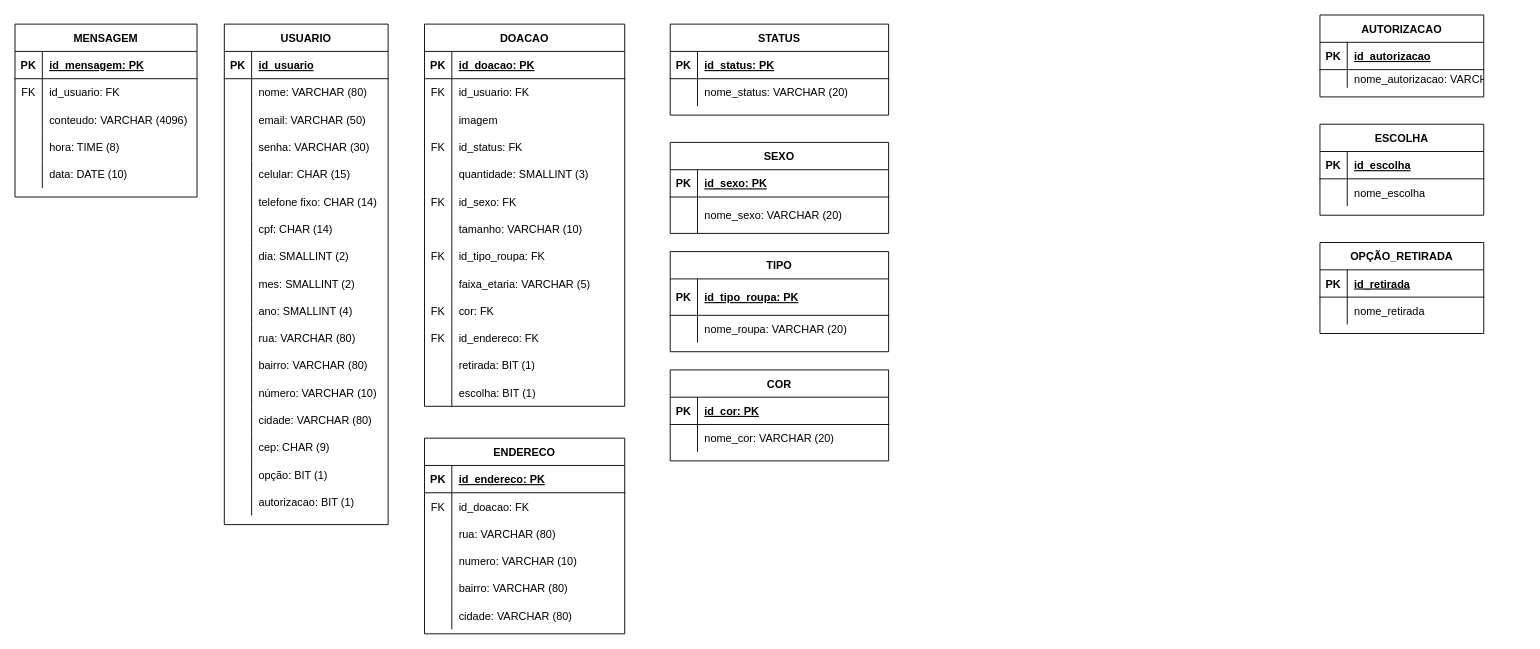
Above: DER/Lógico/Abraço Solidário - Modelo lógico.drawio in VictorNCSM/Abra-o-Solid-rio (draw.io), before the change. Source tidied: cells renumbered, new cells numbered last; positions are measured from the earlier drawing's top-left corner, leaving out a move shared by most shapes. Both pictures are drawn from the tidied source at 91%, with x=0, y=0 at pixel (15, 15).
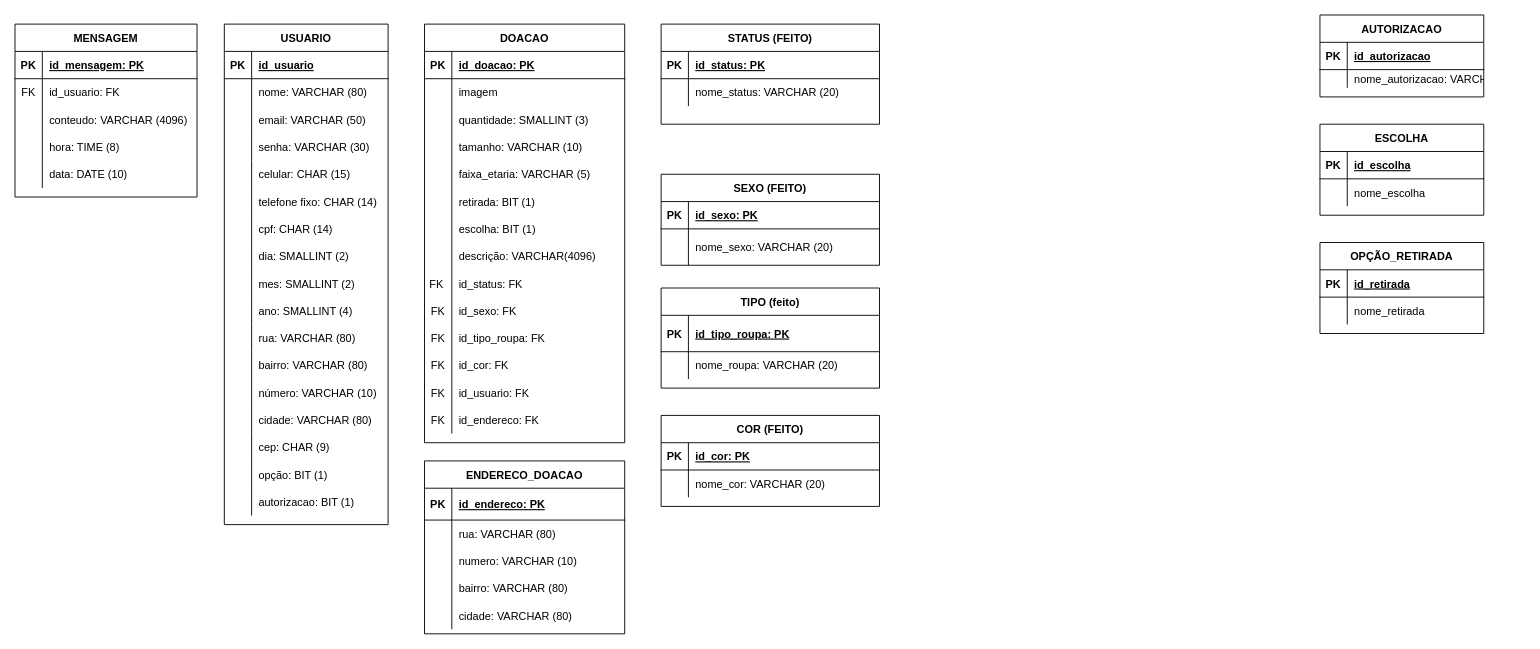
The same page after the edit.

What changed in the source:
```diff
@@
     <mxCell id="70" value="DOACAO" style="shape=table;startSize=30;childLayout=tableLayout;rowLines=0;fontStyle=1;align=center;" parent="1" vertex="1">
-      <mxGeometry x="450" y="10" width="220" height="420" as="geometry" />
+      <mxGeometry x="450" y="10" width="220" height="460" as="geometry" />
     </mxCell>
@@
-    <mxCell id="74" style="shape=partialRectangle;fillColor=none;top=0;left=0;bottom=0;right=0;" parent="70" vertex="1">
-      <mxGeometry y="60" width="220" height="30" as="geometry" />
-    </mxCell>
-    <mxCell id="75" value="FK" style="shape=partialRectangle;fillColor=none;top=0;left=0;bottom=0;right=0;fontStyle=0;overflow=hidden;" parent="74" vertex="1">
-      <mxGeometry width="30" height="30" as="geometry" />
-    </mxCell>
-    <mxCell id="76" value="id_usuario: FK" style="shape=partialRectangle;fillColor=none;top=0;left=0;bottom=0;right=0;align=left;spacingLeft=6;fontStyle=0;overflow=hidden;" parent="74" vertex="1">
-      <mxGeometry x="30" width="190" height="30" as="geometry" />
-    </mxCell>
     <mxCell id="77" style="shape=partialRectangle;fillColor=none;top=0;left=0;bottom=0;right=0;" parent="70" vertex="1">
-      <mxGeometry y="90" width="220" height="30" as="geometry" />
+      <mxGeometry y="60" width="220" height="30" as="geometry" />
     </mxCell>
@@
-    <mxCell id="80" style="shape=partialRectangle;fillColor=none;top=0;left=0;bottom=0;right=0;" parent="70" vertex="1">
-      <mxGeometry y="120" width="220" height="30" as="geometry" />
-    </mxCell>
-    <mxCell id="81" value="FK" style="shape=partialRectangle;fillColor=none;top=0;left=0;bottom=0;right=0;overflow=hidden;" parent="80" vertex="1">
-      <mxGeometry width="30" height="30" as="geometry" />
-    </mxCell>
-    <mxCell id="82" value="id_status: FK" style="shape=partialRectangle;fillColor=none;top=0;left=0;bottom=0;right=0;align=left;spacingLeft=6;overflow=hidden;" parent="80" vertex="1">
-      <mxGeometry x="30" width="190" height="30" as="geometry" />
-    </mxCell>
     <mxCell id="83" style="shape=partialRectangle;fillColor=none;top=0;left=0;bottom=0;right=0;" parent="70" vertex="1">
-      <mxGeometry y="150" width="220" height="30" as="geometry" />
+      <mxGeometry y="90" width="220" height="30" as="geometry" />
     </mxCell>
@@
-    <mxCell id="86" style="shape=partialRectangle;fillColor=none;top=0;left=0;bottom=0;right=0;" parent="70" vertex="1">
-      <mxGeometry y="180" width="220" height="30" as="geometry" />
-    </mxCell>
-    <mxCell id="87" value="FK" style="shape=partialRectangle;fillColor=none;top=0;left=0;bottom=0;right=0;overflow=hidden;" parent="86" vertex="1">
-      <mxGeometry width="30" height="30" as="geometry" />
-    </mxCell>
-    <mxCell id="88" value="id_sexo: FK" style="shape=partialRectangle;fillColor=none;top=0;left=0;bottom=0;right=0;align=left;spacingLeft=6;overflow=hidden;" parent="86" vertex="1">
-      <mxGeometry x="30" width="190" height="30" as="geometry" />
-    </mxCell>
     <mxCell id="89" style="shape=partialRectangle;fillColor=none;top=0;left=0;bottom=0;right=0;" parent="70" vertex="1">
-      <mxGeometry y="210" width="220" height="30" as="geometry" />
+      <mxGeometry y="120" width="220" height="30" as="geometry" />
     </mxCell>
@@
-    <mxCell id="92" style="shape=partialRectangle;fillColor=none;top=0;left=0;bottom=0;right=0;" parent="70" vertex="1">
-      <mxGeometry y="240" width="220" height="30" as="geometry" />
-    </mxCell>
-    <mxCell id="93" value="FK" style="shape=partialRectangle;fillColor=none;top=0;left=0;bottom=0;right=0;overflow=hidden;" parent="92" vertex="1">
-      <mxGeometry width="30" height="30" as="geometry" />
-    </mxCell>
-    <mxCell id="94" value="id_tipo_roupa: FK" style="shape=partialRectangle;fillColor=none;top=0;left=0;bottom=0;right=0;align=left;spacingLeft=6;overflow=hidden;" parent="92" vertex="1">
-      <mxGeometry x="30" width="190" height="30" as="geometry" />
-    </mxCell>
     <mxCell id="95" style="shape=partialRectangle;fillColor=none;top=0;left=0;bottom=0;right=0;" parent="70" vertex="1">
-      <mxGeometry y="270" width="220" height="30" as="geometry" />
+      <mxGeometry y="150" width="220" height="30" as="geometry" />
     </mxCell>
@@
-    <mxCell id="98" style="shape=partialRectangle;fillColor=none;top=0;left=0;bottom=0;right=0;" parent="70" vertex="1">
-      <mxGeometry y="300" width="220" height="30" as="geometry" />
-    </mxCell>
-    <mxCell id="99" value="FK" style="shape=partialRectangle;fillColor=none;top=0;left=0;bottom=0;right=0;overflow=hidden;" parent="98" vertex="1">
-      <mxGeometry width="30" height="30" as="geometry" />
-    </mxCell>
-    <mxCell id="100" value="cor: FK" style="shape=partialRectangle;fillColor=none;top=0;left=0;bottom=0;right=0;align=left;spacingLeft=6;overflow=hidden;" parent="98" vertex="1">
-      <mxGeometry x="30" width="190" height="30" as="geometry" />
-    </mxCell>
-    <mxCell id="101" style="shape=partialRectangle;fillColor=none;top=0;left=0;bottom=0;right=0;" parent="70" vertex="1">
-      <mxGeometry y="330" width="220" height="30" as="geometry" />
-    </mxCell>
-    <mxCell id="102" value="FK" style="shape=partialRectangle;fillColor=none;top=0;left=0;bottom=0;right=0;overflow=hidden;" parent="101" vertex="1">
-      <mxGeometry width="30" height="30" as="geometry" />
-    </mxCell>
-    <mxCell id="103" value="id_endereco: FK" style="shape=partialRectangle;fillColor=none;top=0;left=0;bottom=0;right=0;align=left;spacingLeft=6;overflow=hidden;" parent="101" vertex="1">
-      <mxGeometry x="30" width="190" height="30" as="geometry" />
-    </mxCell>
     <mxCell id="104" style="shape=partialRectangle;fillColor=none;top=0;left=0;bottom=0;right=0;" parent="70" vertex="1">
-      <mxGeometry y="360" width="220" height="30" as="geometry" />
+      <mxGeometry y="180" width="220" height="30" as="geometry" />
     </mxCell>
@@
     <mxCell id="107" style="shape=partialRectangle;fillColor=none;top=0;left=0;bottom=0;right=0;" parent="70" vertex="1">
-      <mxGeometry y="390" width="220" height="30" as="geometry" />
+      <mxGeometry y="210" width="220" height="30" as="geometry" />
     </mxCell>
@@
+    <mxCell id="92" style="shape=partialRectangle;fillColor=none;top=0;left=0;bottom=0;right=0;" parent="70" vertex="1">
+      <mxGeometry y="240" width="220" height="30" as="geometry" />
+    </mxCell>
+    <mxCell id="178" style="shape=partialRectangle;fillColor=none;top=0;left=0;bottom=0;right=0;overflow=hidden;" parent="92" vertex="1">
+      <mxGeometry width="30" height="30" as="geometry" />
+    </mxCell>
+    <mxCell id="179" value="descrição: VARCHAR(4096) " style="shape=partialRectangle;fillColor=none;top=0;left=0;bottom=0;right=0;align=left;spacingLeft=6;overflow=hidden;" parent="92" vertex="1">
+      <mxGeometry x="30" width="190" height="30" as="geometry" />
+    </mxCell>
+    <mxCell id="180" style="shape=partialRectangle;fillColor=none;top=0;left=0;bottom=0;right=0;" parent="70" vertex="1">
+      <mxGeometry y="270" width="220" height="30" as="geometry" />
+    </mxCell>
+    <mxCell id="181" value="FK " style="shape=partialRectangle;fillColor=none;top=0;left=0;bottom=0;right=0;overflow=hidden;" parent="180" vertex="1">
+      <mxGeometry width="30" height="30" as="geometry" />
+    </mxCell>
+    <mxCell id="82" value="id_status: FK" style="shape=partialRectangle;fillColor=none;top=0;left=0;bottom=0;right=0;align=left;spacingLeft=6;overflow=hidden;" parent="180" vertex="1">
+      <mxGeometry x="30" width="190" height="30" as="geometry" />
+    </mxCell>
+    <mxCell id="98" style="shape=partialRectangle;fillColor=none;top=0;left=0;bottom=0;right=0;" parent="70" vertex="1">
+      <mxGeometry y="300" width="220" height="30" as="geometry" />
+    </mxCell>
+    <mxCell id="182" value="FK" style="shape=partialRectangle;fillColor=none;top=0;left=0;bottom=0;right=0;overflow=hidden;" parent="98" vertex="1">
+      <mxGeometry width="30" height="30" as="geometry" />
+    </mxCell>
+    <mxCell id="88" value="id_sexo: FK" style="shape=partialRectangle;fillColor=none;top=0;left=0;bottom=0;right=0;align=left;spacingLeft=6;overflow=hidden;" parent="98" vertex="1">
+      <mxGeometry x="30" width="190" height="30" as="geometry" />
+    </mxCell>
+    <mxCell id="101" style="shape=partialRectangle;fillColor=none;top=0;left=0;bottom=0;right=0;" parent="70" vertex="1">
+      <mxGeometry y="330" width="220" height="30" as="geometry" />
+    </mxCell>
+    <mxCell id="183" value="FK" style="shape=partialRectangle;fillColor=none;top=0;left=0;bottom=0;right=0;fontStyle=0;overflow=hidden;" parent="101" vertex="1">
+      <mxGeometry width="30" height="30" as="geometry" />
+    </mxCell>
+    <mxCell id="94" value="id_tipo_roupa: FK" style="shape=partialRectangle;fillColor=none;top=0;left=0;bottom=0;right=0;align=left;spacingLeft=6;fontStyle=0;overflow=hidden;" parent="101" vertex="1">
+      <mxGeometry x="30" width="190" height="30" as="geometry" />
+    </mxCell>
+    <mxCell id="184" style="shape=partialRectangle;fillColor=none;top=0;left=0;bottom=0;right=0;" parent="70" vertex="1">
+      <mxGeometry y="360" width="220" height="30" as="geometry" />
+    </mxCell>
+    <mxCell id="185" value="FK" style="shape=partialRectangle;fillColor=none;top=0;left=0;bottom=0;right=0;fontStyle=0;overflow=hidden;" parent="184" vertex="1">
+      <mxGeometry width="30" height="30" as="geometry" />
+    </mxCell>
+    <mxCell id="186" value="id_cor: FK" style="shape=partialRectangle;fillColor=none;top=0;left=0;bottom=0;right=0;align=left;spacingLeft=6;fontStyle=0;overflow=hidden;" parent="184" vertex="1">
+      <mxGeometry x="30" width="190" height="30" as="geometry" />
+    </mxCell>
+    <mxCell id="187" style="shape=partialRectangle;fillColor=none;top=0;left=0;bottom=0;right=0;" parent="70" vertex="1">
+      <mxGeometry y="390" width="220" height="30" as="geometry" />
+    </mxCell>
+    <mxCell id="188" value="FK" style="shape=partialRectangle;fillColor=none;top=0;left=0;bottom=0;right=0;fontStyle=0;overflow=hidden;" parent="187" vertex="1">
+      <mxGeometry width="30" height="30" as="geometry" />
+    </mxCell>
+    <mxCell id="76" value="id_usuario: FK" style="shape=partialRectangle;fillColor=none;top=0;left=0;bottom=0;right=0;align=left;spacingLeft=6;fontStyle=0;overflow=hidden;" parent="187" vertex="1">
+      <mxGeometry x="30" width="190" height="30" as="geometry" />
+    </mxCell>
+    <mxCell id="189" style="shape=partialRectangle;fillColor=none;top=0;left=0;bottom=0;right=0;" parent="70" vertex="1">
+      <mxGeometry y="420" width="220" height="30" as="geometry" />
+    </mxCell>
+    <mxCell id="190" value="FK" style="shape=partialRectangle;fillColor=none;top=0;left=0;bottom=0;right=0;fontStyle=0;overflow=hidden;" parent="189" vertex="1">
+      <mxGeometry width="30" height="30" as="geometry" />
+    </mxCell>
+    <mxCell id="103" value="id_endereco: FK" style="shape=partialRectangle;fillColor=none;top=0;left=0;bottom=0;right=0;align=left;spacingLeft=6;fontStyle=0;overflow=hidden;" parent="189" vertex="1">
+      <mxGeometry x="30" width="190" height="30" as="geometry" />
+    </mxCell>
-    <mxCell id="110" value="STATUS" style="shape=table;startSize=30;childLayout=tableLayout;rowLines=0;fontStyle=1;align=center;" parent="1" vertex="1">
-      <mxGeometry x="720" y="10" width="240" height="100" as="geometry" />
+    <mxCell id="110" value="STATUS (FEITO)" style="shape=table;startSize=30;childLayout=tableLayout;rowLines=0;fontStyle=1;align=center;" parent="1" vertex="1">
+      <mxGeometry x="710" y="10" width="240" height="110" as="geometry" />
     </mxCell>
@@
-    <mxCell id="117" value="SEXO" style="shape=table;startSize=30;childLayout=tableLayout;rowLines=0;fontStyle=1;align=center;" parent="1" vertex="1">
-      <mxGeometry x="720" y="140" width="240" height="100" as="geometry" />
+    <mxCell id="117" value="SEXO (FEITO)" style="shape=table;startSize=30;childLayout=tableLayout;rowLines=0;fontStyle=1;align=center;" parent="1" vertex="1">
+      <mxGeometry x="710" y="175" width="240" height="100" as="geometry" />
     </mxCell>
@@
-    <mxCell id="124" value="TIPO" style="shape=table;startSize=30;childLayout=tableLayout;rowLines=0;fontStyle=1;align=center;" parent="1" vertex="1">
-      <mxGeometry x="720" y="260" width="240" height="110" as="geometry" />
+    <mxCell id="124" value="TIPO (feito)" style="shape=table;startSize=30;childLayout=tableLayout;rowLines=0;fontStyle=1;align=center;" parent="1" vertex="1">
+      <mxGeometry x="710" y="300" width="240" height="110" as="geometry" />
     </mxCell>
@@
-    <mxCell id="131" value="COR" style="shape=table;startSize=30;childLayout=tableLayout;rowLines=0;fontStyle=1;align=center;" parent="1" vertex="1">
-      <mxGeometry x="720" y="390" width="240" height="100" as="geometry" />
+    <mxCell id="131" value="COR (FEITO)" style="shape=table;startSize=30;childLayout=tableLayout;rowLines=0;fontStyle=1;align=center;" parent="1" vertex="1">
+      <mxGeometry x="710" y="440" width="240" height="100" as="geometry" />
     </mxCell>
@@
-    <mxCell id="159" value="ENDERECO" style="shape=table;startSize=30;childLayout=tableLayout;rowLines=0;fontStyle=1;align=center;" parent="1" vertex="1">
-      <mxGeometry x="450" y="465" width="220" height="215" as="geometry" />
+    <mxCell id="159" value="ENDERECO_DOACAO" style="shape=table;startSize=30;childLayout=tableLayout;rowLines=0;fontStyle=1;align=center;" parent="1" vertex="1">
+      <mxGeometry x="450" y="490" width="220" height="190" as="geometry" />
     </mxCell>
     <mxCell id="160" style="shape=partialRectangle;fillColor=none;top=0;left=0;bottom=1;right=0;" parent="159" vertex="1">
-      <mxGeometry y="30" width="220" height="30" as="geometry" />
+      <mxGeometry y="30" width="220" height="35" as="geometry" />
     </mxCell>
     <mxCell id="161" value="PK" style="shape=partialRectangle;fillColor=none;top=0;left=0;bottom=0;right=0;fontStyle=1;overflow=hidden;" parent="160" vertex="1">
-      <mxGeometry width="30" height="30" as="geometry" />
+      <mxGeometry width="30" height="35" as="geometry" />
     </mxCell>
     <mxCell id="162" value="id_endereco: PK" style="shape=partialRectangle;fillColor=none;top=0;left=0;bottom=0;right=0;align=left;spacingLeft=6;fontStyle=5;overflow=hidden;" parent="160" vertex="1">
-      <mxGeometry x="30" width="190" height="30" as="geometry" />
+      <mxGeometry x="30" width="190" height="35" as="geometry" />
     </mxCell>
-    <mxCell id="163" style="shape=partialRectangle;fillColor=none;top=0;left=0;bottom=0;right=0;" parent="159" vertex="1">
-      <mxGeometry y="60" width="220" height="30" as="geometry" />
-    </mxCell>
-    <mxCell id="164" value="FK" style="shape=partialRectangle;fillColor=none;top=0;left=0;bottom=0;right=0;overflow=hidden;" parent="163" vertex="1">
-      <mxGeometry width="30" height="30" as="geometry" />
-    </mxCell>
-    <mxCell id="165" value="id_doacao: FK" style="shape=partialRectangle;fillColor=none;top=0;left=0;bottom=0;right=0;align=left;spacingLeft=6;overflow=hidden;" parent="163" vertex="1">
-      <mxGeometry x="30" width="190" height="30" as="geometry" />
-    </mxCell>
     <mxCell id="166" style="shape=partialRectangle;fillColor=none;top=0;left=0;bottom=0;right=0;" parent="159" vertex="1">
-      <mxGeometry y="90" width="220" height="30" as="geometry" />
+      <mxGeometry y="65" width="220" height="30" as="geometry" />
     </mxCell>
@@
     <mxCell id="169" style="shape=partialRectangle;fillColor=none;top=0;left=0;bottom=0;right=0;" parent="159" vertex="1">
-      <mxGeometry y="120" width="220" height="30" as="geometry" />
+      <mxGeometry y="95" width="220" height="30" as="geometry" />
     </mxCell>
@@
     <mxCell id="172" style="shape=partialRectangle;fillColor=none;top=0;left=0;bottom=0;right=0;" parent="159" vertex="1">
-      <mxGeometry y="150" width="220" height="30" as="geometry" />
+      <mxGeometry y="125" width="220" height="30" as="geometry" />
     </mxCell>
@@
     <mxCell id="175" style="shape=partialRectangle;fillColor=none;top=0;left=0;bottom=0;right=0;" parent="159" vertex="1">
-      <mxGeometry y="180" width="220" height="30" as="geometry" />
+      <mxGeometry y="155" width="220" height="30" as="geometry" />
     </mxCell>
```
